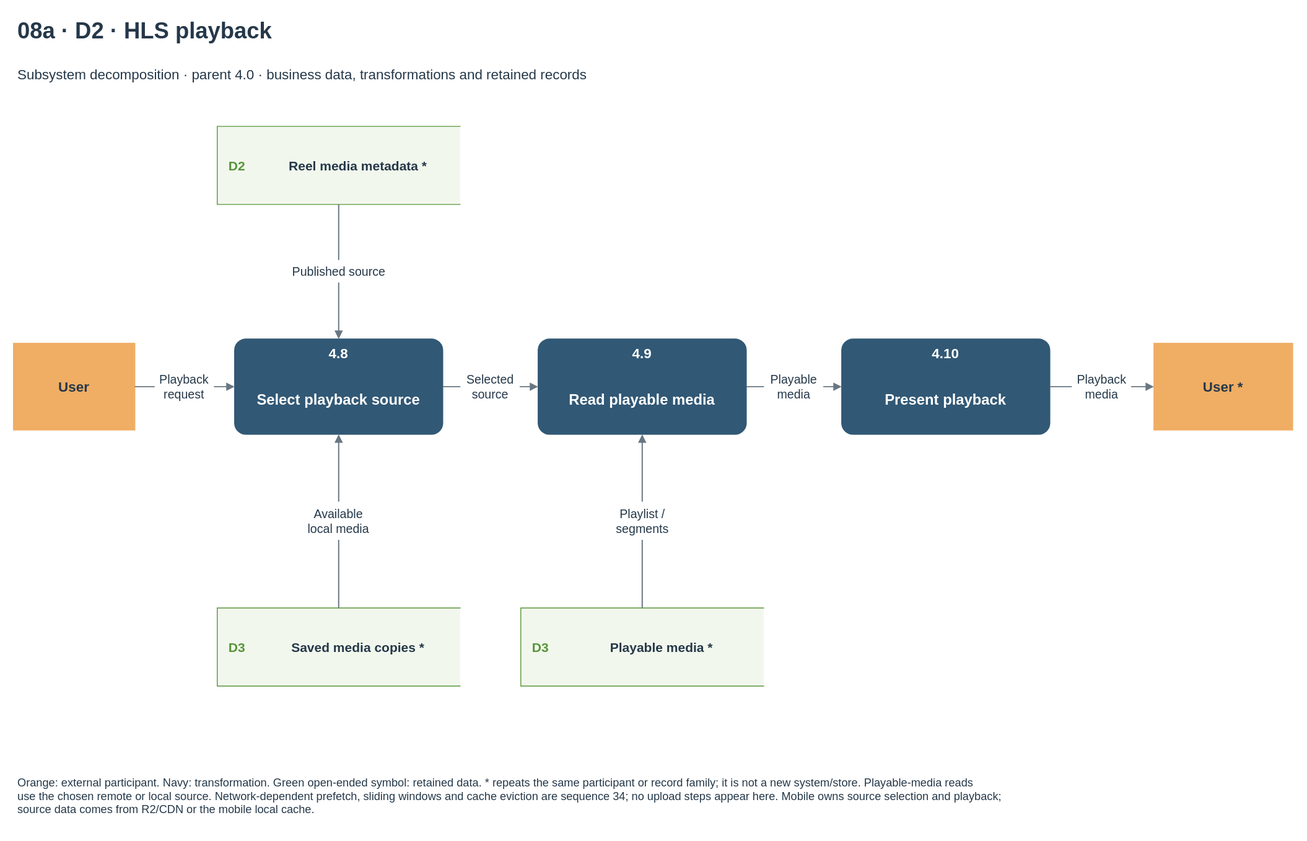
The draw.io diagram docs/diagrams/velora-current/importable-svg/08a-dfd-streaming.drawio.svg in HieuCuteDangYeu/velora-backend, before a commit. Source tidied: cells renumbered, new cells last; positions are measured from the earlier drawing's top-left corner, leaving out a move shared by most shapes.
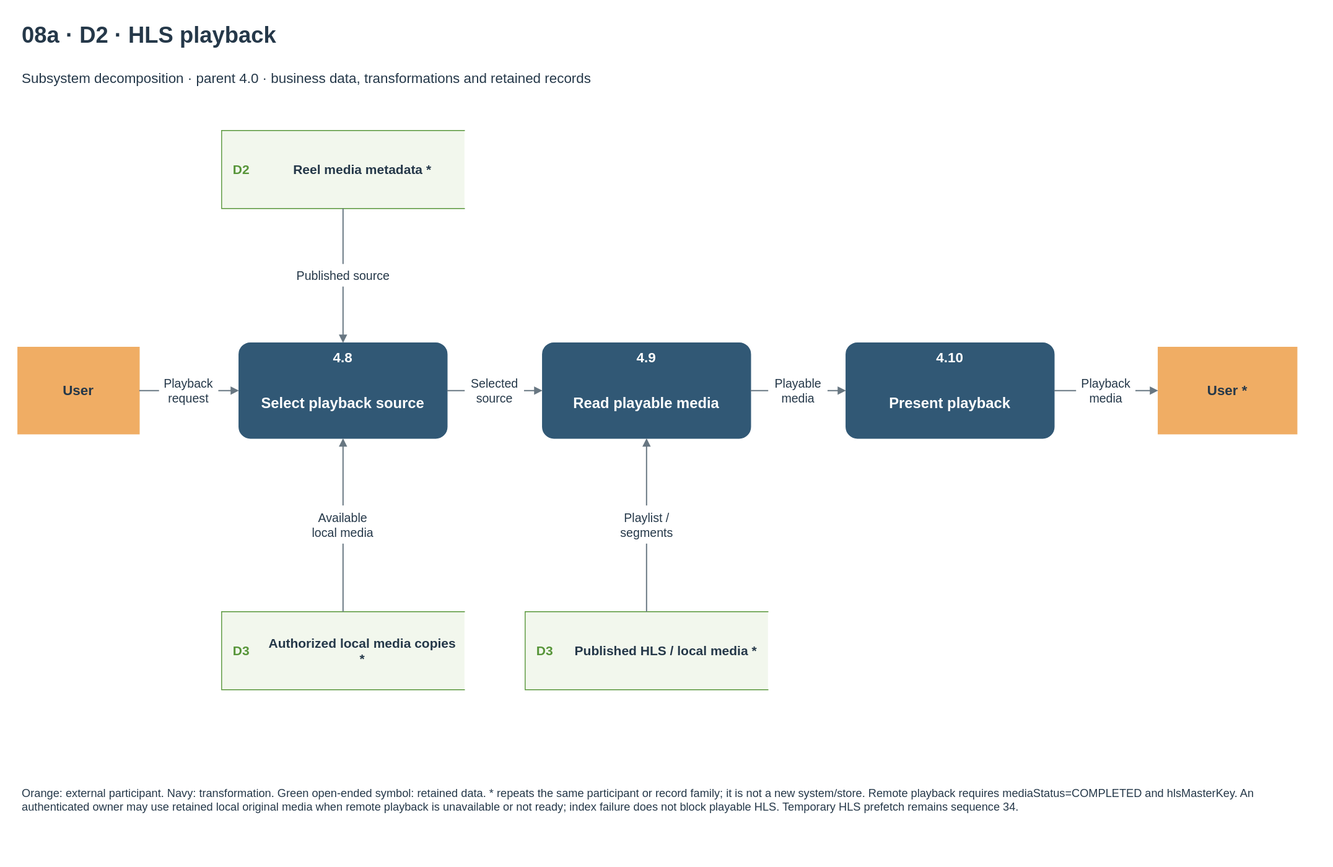
After the commit.

Diff of the diagram source:
```diff
@@ -62,7 +62,7 @@
     <mxCell id="21" value="D3" style="text;html=1;whiteSpace=wrap;fontFamily=Arial;fontSize=15;fontColor=#579539;fontStyle=1;align=center;verticalAlign=middle;spacing=0;" parent="20" vertex="1">
       <mxGeometry x="2" y="2" width="42" height="86" as="geometry" />
     </mxCell>
-    <mxCell id="22" value="Saved media copies *" style="text;html=1;whiteSpace=wrap;fontFamily=Arial;fontSize=15;fontColor=#253849;fontStyle=1;align=center;verticalAlign=middle;spacing=0;" parent="20" vertex="1">
+    <mxCell id="22" value="Authorized local media copies *" style="text;html=1;whiteSpace=wrap;fontFamily=Arial;fontSize=15;fontColor=#253849;fontStyle=1;align=center;verticalAlign=middle;spacing=0;" parent="20" vertex="1">
       <mxGeometry x="53" y="5" width="219" height="80" as="geometry" />
     </mxCell>
     <mxCell id="23" style="shape=partialRectangle;right=0;left=1;top=1;bottom=1;rounded=0;fillColor=#f2f7ed;strokeColor=#579539;whiteSpace=wrap;" parent="1" vertex="1">
@@ -71,7 +71,7 @@
     <mxCell id="24" value="D3" style="text;html=1;whiteSpace=wrap;fontFamily=Arial;fontSize=15;fontColor=#579539;fontStyle=1;align=center;verticalAlign=middle;spacing=0;" parent="23" vertex="1">
       <mxGeometry x="2" y="2" width="42" height="86" as="geometry" />
     </mxCell>
-    <mxCell id="25" value="Playable media *" style="text;html=1;whiteSpace=wrap;fontFamily=Arial;fontSize=15;fontColor=#253849;fontStyle=1;align=center;verticalAlign=middle;spacing=0;" parent="23" vertex="1">
+    <mxCell id="25" value="Published HLS / local media *" style="text;html=1;whiteSpace=wrap;fontFamily=Arial;fontSize=15;fontColor=#253849;fontStyle=1;align=center;verticalAlign=middle;spacing=0;" parent="23" vertex="1">
       <mxGeometry x="53" y="5" width="219" height="80" as="geometry" />
     </mxCell>
     <mxCell id="26" style="edgeStyle=none;noEdgeStyle=1;endArrow=block;endFill=1;strokeColor=#687782;strokeWidth=1.4;jumpStyle=arc;jumpSize=8;exitPerimeter=0;entryPerimeter=0;exitX=1.0;exitY=0.5;entryX=0.0;entryY=0.5;" parent="1" edge="1" source="13" target="4">
@@ -137,7 +137,7 @@
     <mxCell id="46" value="Playlist /&lt;br&gt;segments" style="text;html=1;whiteSpace=wrap;fontFamily=Arial;fontSize=14;fontColor=#253849;fontStyle=0;align=center;verticalAlign=middle;spacing=0;" parent="1" vertex="1">
       <mxGeometry x="683.5" y="563" width="83" height="44" as="geometry" />
     </mxCell>
-    <mxCell id="47" value="Orange: external participant. Navy: transformation. Green open-ended symbol: retained data. * repeats the same participant or record family; it is not a new system/store. Playable-media reads&lt;br&gt;use the chosen remote or local source. Network-dependent prefetch, sliding windows and cache eviction are sequence 34; no upload steps appear here. Mobile owns source selection and playback;&lt;br&gt;source data comes from R2/CDN or the mobile local cache." style="text;html=1;whiteSpace=wrap;fontFamily=Arial;fontSize=13;fontColor=#253849;fontStyle=0;align=left;verticalAlign=middle;spacing=0;" parent="1" vertex="1">
+    <mxCell id="47" value="Orange: external participant. Navy: transformation. Green open-ended symbol: retained data. * repeats the same participant or record family; it is not a new system/store. Remote playback requires mediaStatus=COMPLETED and hlsMasterKey. An authenticated owner may use retained local original media when remote playback is unavailable or not ready; index failure does not block playable HLS. Temporary HLS prefetch remains sequence 34." style="text;html=1;whiteSpace=wrap;fontFamily=Arial;fontSize=13;fontColor=#253849;fontStyle=0;align=left;verticalAlign=middle;spacing=0;" parent="1" vertex="1">
       <mxGeometry x="5" y="865" width="1460" height="74" as="geometry" />
     </mxCell>
   </root>
```
